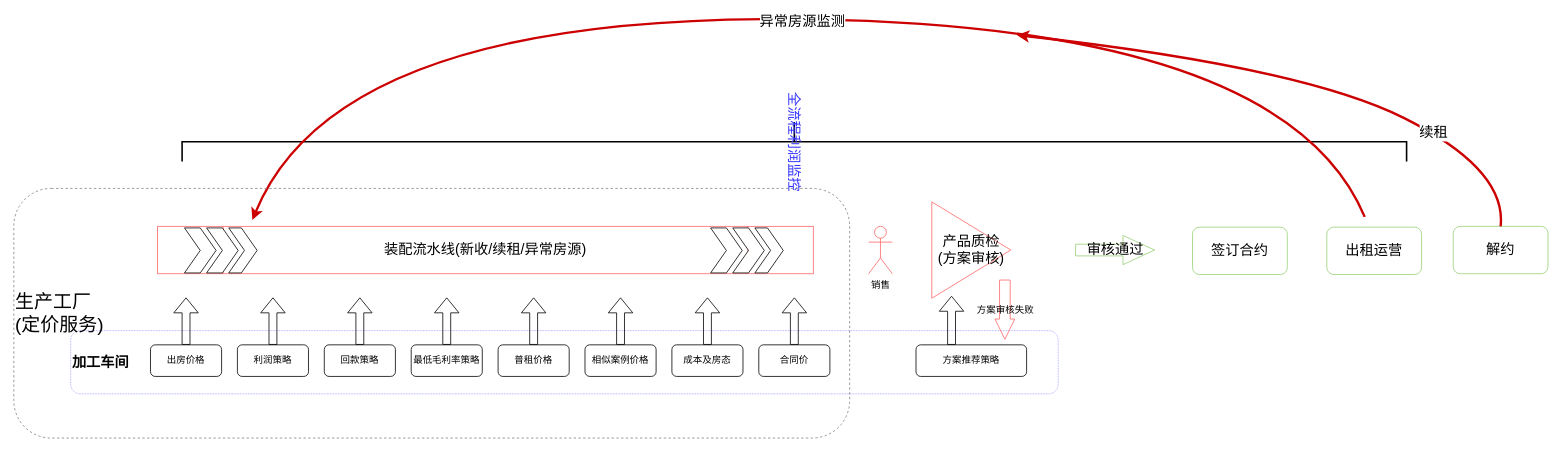
Earlier version of the draw.io diagram Untitled Diagram.drawio (zhuyeqing/tutorials). Source tidied: cells renumbered, new cells numbered last; positions are measured from the earlier drawing's top-left corner, leaving out a move shared by most shapes. Both pictures are drawn from the tidied source at 79%, with x=0, y=0 at pixel (13, -471).
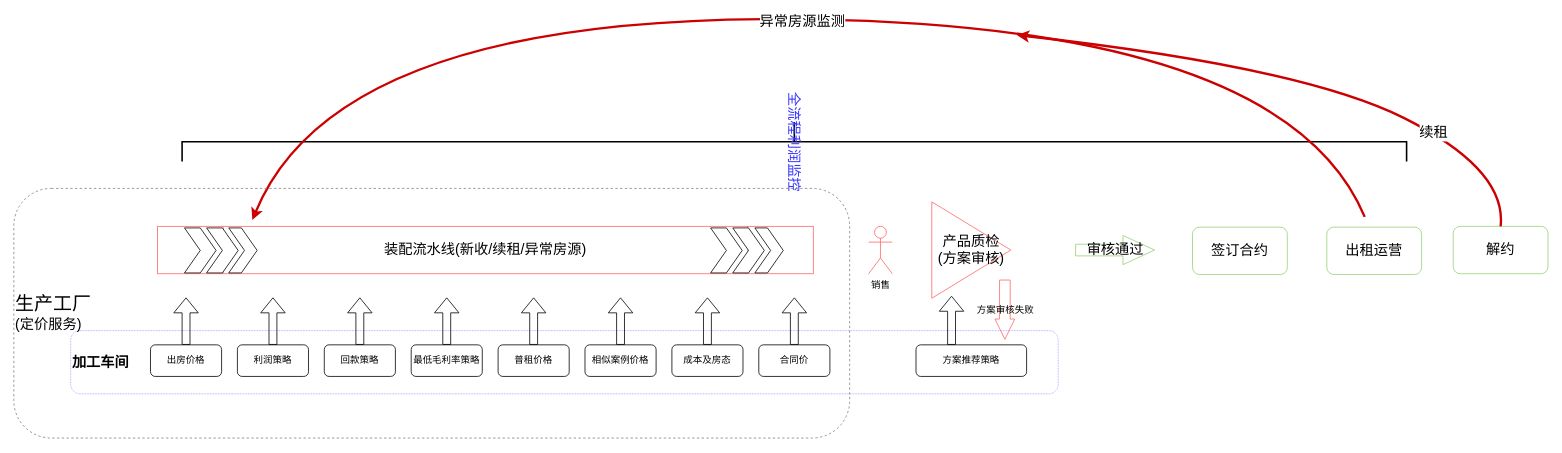
Above is the later version.

Diff of the diagram source:
```diff
@@
-    <mxCell id="42" value="&lt;font style=&quot;font-size: 24px&quot;&gt;生产工厂&lt;br&gt;(定价服务)&lt;br&gt;&lt;/font&gt;" style="rounded=1;whiteSpace=wrap;html=1;strokeColor=#808080;strokeWidth=1;fillColor=none;dashed=1;align=left;" parent="1" vertex="1">
+    <mxCell id="42" value="&lt;div&gt;&lt;font style=&quot;font-size: 24px&quot;&gt;生产工厂&lt;/font&gt;&lt;/div&gt;&lt;div&gt;&lt;font style=&quot;font-size: 18px&quot;&gt;(定价服务)&lt;/font&gt;&lt;/div&gt;" style="rounded=1;whiteSpace=wrap;html=1;strokeColor=#808080;strokeWidth=1;fillColor=none;dashed=1;align=left;" parent="1" vertex="1">
       <mxGeometry y="834" width="1058" height="316" as="geometry" />
     </mxCell>
```
